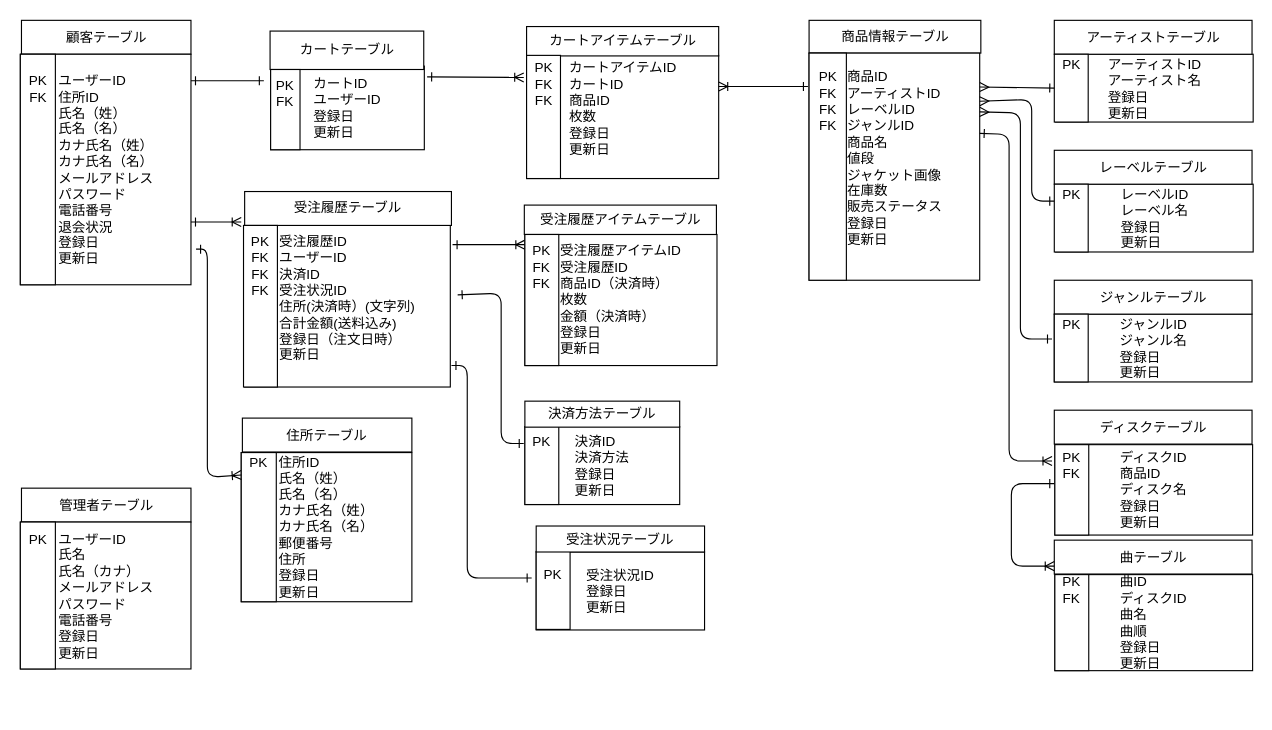
Above: ER図.drawio in ecl11/ECL (draw.io), before the change. Source tidied: cells renumbered, new cells numbered last; positions are measured from the earlier drawing's top-left corner, leaving out a move shared by most shapes. Both pictures are drawn from the tidied source at 113%, with x=0, y=0 at pixel (19, 20).
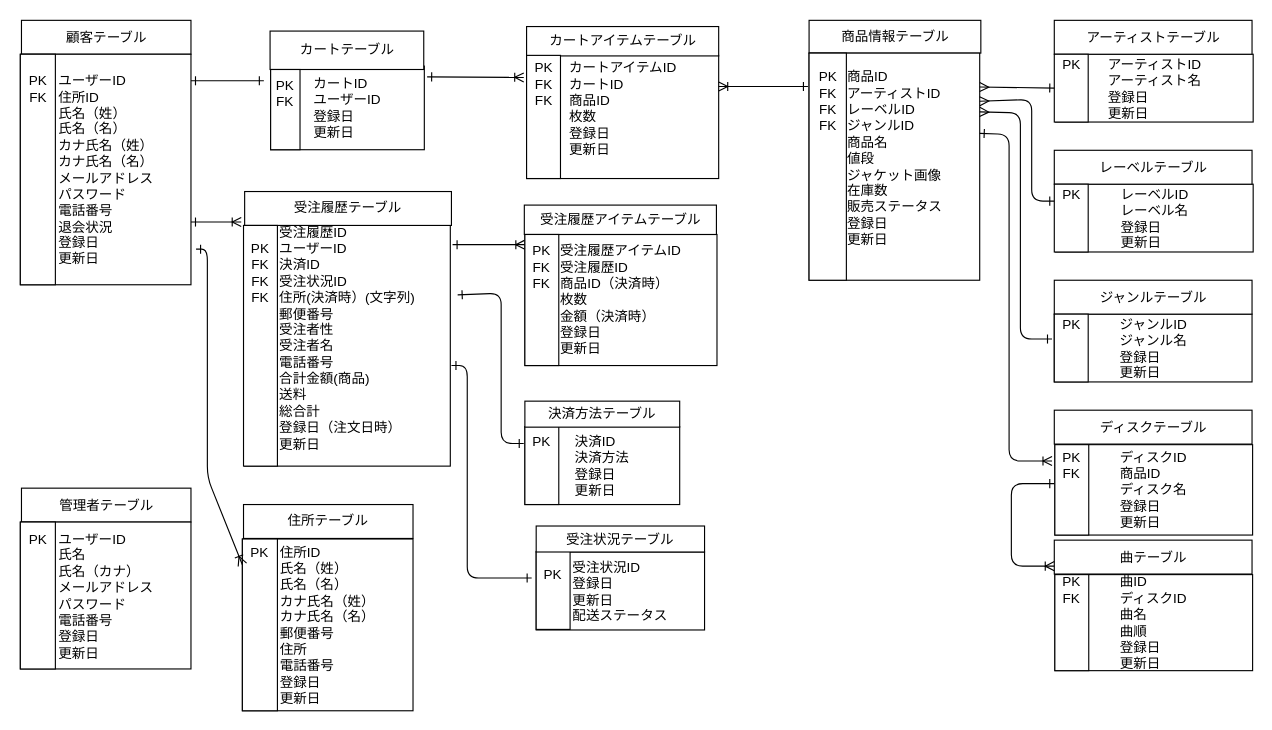
The same diagram, later.

What changed in the source:
```diff
@@
-    <mxCell id="5" value="&lt;div style=&quot;text-align: left&quot;&gt;受注履歴ID&lt;span&gt;&lt;br&gt;&lt;/span&gt;&lt;/div&gt;&lt;div style=&quot;text-align: left&quot;&gt;&lt;span&gt;ユーザーID&lt;/span&gt;&lt;/div&gt;&lt;div style=&quot;text-align: left&quot;&gt;決済ID&lt;/div&gt;&lt;span&gt;&lt;div style=&quot;text-align: left&quot;&gt;受注状況ID&lt;span&gt;&lt;br&gt;&lt;/span&gt;&lt;/div&gt;&lt;div style=&quot;text-align: left&quot;&gt;住所(&lt;span&gt;決済時）(文字列)&lt;/span&gt;&lt;/div&gt;&lt;/span&gt;&lt;span&gt;&lt;div style=&quot;text-align: left&quot;&gt;&lt;span&gt;合計金額(送料込み)&lt;/span&gt;&lt;/div&gt;&lt;div style=&quot;text-align: left&quot;&gt;&lt;span&gt;登録日（注文日時&lt;/span&gt;&lt;span&gt;）&lt;/span&gt;&lt;/div&gt;&lt;div style=&quot;text-align: left&quot;&gt;&lt;span&gt;更新日&lt;/span&gt;&lt;/div&gt;&lt;div style=&quot;text-align: left&quot;&gt;&lt;br&gt;&lt;/div&gt;&lt;/span&gt;" style="rounded=0;whiteSpace=wrap;html=1;" parent="1" vertex="1">
-      <mxGeometry x="199" y="181" width="182" height="143" as="geometry" />
+    <mxCell id="5" value="&lt;div style=&quot;text-align: left&quot;&gt;受注履歴ID&lt;span&gt;&lt;br&gt;&lt;/span&gt;&lt;/div&gt;&lt;div style=&quot;text-align: left&quot;&gt;&lt;span&gt;ユーザーID&lt;/span&gt;&lt;/div&gt;&lt;div style=&quot;text-align: left&quot;&gt;決済ID&lt;/div&gt;&lt;span&gt;&lt;div style=&quot;text-align: left&quot;&gt;受注状況ID&lt;span&gt;&lt;br&gt;&lt;/span&gt;&lt;/div&gt;&lt;div style=&quot;text-align: left&quot;&gt;住所(&lt;span&gt;決済時）(文字列)&lt;/span&gt;&lt;/div&gt;&lt;div style=&quot;text-align: left&quot;&gt;&lt;span&gt;郵便番号&lt;/span&gt;&lt;/div&gt;&lt;div style=&quot;text-align: left&quot;&gt;&lt;span&gt;受注者性&lt;/span&gt;&lt;/div&gt;&lt;div style=&quot;text-align: left&quot;&gt;&lt;span&gt;受注者名&lt;/span&gt;&lt;/div&gt;&lt;div style=&quot;text-align: left&quot;&gt;&lt;span&gt;電話番号&lt;/span&gt;&lt;/div&gt;&lt;/span&gt;&lt;span&gt;&lt;div style=&quot;text-align: left&quot;&gt;&lt;span&gt;合計金額(商品)&lt;/span&gt;&lt;/div&gt;&lt;div style=&quot;text-align: left&quot;&gt;&lt;span&gt;送料&lt;/span&gt;&lt;/div&gt;&lt;div style=&quot;text-align: left&quot;&gt;&lt;span&gt;総合計&lt;/span&gt;&lt;/div&gt;&lt;div style=&quot;text-align: left&quot;&gt;&lt;span&gt;登録日（注文日時&lt;/span&gt;&lt;span&gt;）&lt;/span&gt;&lt;/div&gt;&lt;div style=&quot;text-align: left&quot;&gt;&lt;span&gt;更新日&lt;/span&gt;&lt;/div&gt;&lt;div style=&quot;text-align: left&quot;&gt;&lt;br&gt;&lt;/div&gt;&lt;/span&gt;" style="rounded=0;whiteSpace=wrap;html=1;" parent="1" vertex="1">
+      <mxGeometry x="199" y="181" width="182" height="213" as="geometry" />
     </mxCell>
@@
-    <mxCell id="23" value="PK&lt;br&gt;FK&lt;br&gt;FK&lt;br&gt;FK&lt;br&gt;&lt;br&gt;&lt;br&gt;&lt;br&gt;&lt;br&gt;&lt;br&gt;" style="rounded=0;whiteSpace=wrap;html=1;" parent="1" vertex="1">
-      <mxGeometry x="198" y="181" width="30" height="143" as="geometry" />
+    <mxCell id="23" value="PK&lt;br&gt;FK&lt;br&gt;FK&lt;br&gt;FK&lt;br&gt;&lt;br&gt;&lt;br&gt;&lt;br&gt;&lt;br&gt;&lt;br&gt;&lt;br&gt;&lt;br&gt;&lt;br&gt;&lt;br&gt;" style="rounded=0;whiteSpace=wrap;html=1;" parent="1" vertex="1">
+      <mxGeometry x="198" y="181" width="30" height="213" as="geometry" />
     </mxCell>
@@
     <mxCell id="48" value="&lt;span&gt;住所テーブル&lt;/span&gt;" style="rounded=0;whiteSpace=wrap;html=1;" parent="1" vertex="1">
-      <mxGeometry x="197" y="351.5" width="150" height="30" as="geometry" />
+      <mxGeometry x="198" y="428" width="150" height="30" as="geometry" />
     </mxCell>
-    <mxCell id="49" value="&lt;div style=&quot;text-align: left&quot;&gt;&lt;span&gt;住所ID&lt;/span&gt;&lt;/div&gt;&lt;div style=&quot;text-align: left&quot;&gt;&lt;span&gt;氏名（姓）&lt;/span&gt;&lt;/div&gt;&lt;div style=&quot;text-align: left&quot;&gt;&lt;span&gt;氏名（名）&lt;/span&gt;&lt;/div&gt;&lt;div style=&quot;text-align: left&quot;&gt;&lt;span&gt;カナ氏名（姓）&lt;/span&gt;&lt;/div&gt;&lt;div style=&quot;text-align: left&quot;&gt;&lt;span&gt;カナ氏名（名）&lt;/span&gt;&lt;/div&gt;&lt;div style=&quot;text-align: left&quot;&gt;郵便番号&lt;/div&gt;&lt;div style=&quot;text-align: left&quot;&gt;住所&lt;/div&gt;&lt;div style=&quot;text-align: left&quot;&gt;登録日&lt;/div&gt;&lt;div style=&quot;text-align: left&quot;&gt;更新日&lt;/div&gt;" style="rounded=0;whiteSpace=wrap;html=1;" parent="1" vertex="1">
-      <mxGeometry x="196" y="382" width="151" height="132" as="geometry" />
+    <mxCell id="49" value="&lt;div style=&quot;text-align: left&quot;&gt;&lt;span&gt;住所ID&lt;/span&gt;&lt;/div&gt;&lt;div style=&quot;text-align: left&quot;&gt;&lt;span&gt;氏名（姓）&lt;/span&gt;&lt;/div&gt;&lt;div style=&quot;text-align: left&quot;&gt;&lt;span&gt;氏名（名）&lt;/span&gt;&lt;/div&gt;&lt;div style=&quot;text-align: left&quot;&gt;&lt;span&gt;カナ氏名（姓）&lt;/span&gt;&lt;/div&gt;&lt;div style=&quot;text-align: left&quot;&gt;&lt;span&gt;カナ氏名（名）&lt;/span&gt;&lt;/div&gt;&lt;div style=&quot;text-align: left&quot;&gt;郵便番号&lt;/div&gt;&lt;div style=&quot;text-align: left&quot;&gt;住所&lt;/div&gt;&lt;div style=&quot;text-align: left&quot;&gt;電話番号&lt;/div&gt;&lt;div style=&quot;text-align: left&quot;&gt;登録日&lt;/div&gt;&lt;div style=&quot;text-align: left&quot;&gt;更新日&lt;/div&gt;" style="rounded=0;whiteSpace=wrap;html=1;" parent="1" vertex="1">
+      <mxGeometry x="197" y="458.5" width="151" height="152" as="geometry" />
     </mxCell>
-    <mxCell id="50" value="PK&lt;br&gt;&lt;br&gt;&lt;br&gt;&lt;br&gt;&lt;br&gt;&lt;br&gt;&lt;br&gt;&lt;br&gt;&lt;br&gt;" style="rounded=0;whiteSpace=wrap;html=1;" parent="1" vertex="1">
-      <mxGeometry x="196" y="382" width="31" height="132" as="geometry" />
+    <mxCell id="50" value="PK&lt;br&gt;&lt;br&gt;&lt;br&gt;&lt;br&gt;&lt;br&gt;&lt;br&gt;&lt;br&gt;&lt;br&gt;&lt;br&gt;&lt;br&gt;" style="rounded=0;whiteSpace=wrap;html=1;" parent="1" vertex="1">
+      <mxGeometry x="197" y="458.5" width="31" height="152" as="geometry" />
     </mxCell>
@@
-    <mxCell id="57" value="&lt;div style=&quot;text-align: left&quot;&gt;&lt;span&gt;受注状況ID&lt;/span&gt;&lt;/div&gt;&lt;span&gt;&lt;div style=&quot;text-align: left&quot;&gt;登録日&lt;/div&gt;&lt;div style=&quot;text-align: left&quot;&gt;更新日&lt;/div&gt;&lt;/span&gt;" style="rounded=0;whiteSpace=wrap;html=1;" parent="1" vertex="1">
+    <mxCell id="57" value="&lt;div style=&quot;text-align: left&quot;&gt;&lt;span&gt;受注状況ID&lt;/span&gt;&lt;/div&gt;&lt;span&gt;&lt;div style=&quot;text-align: left&quot;&gt;登録日&lt;/div&gt;&lt;div style=&quot;text-align: left&quot;&gt;更新日&lt;/div&gt;&lt;div style=&quot;text-align: left&quot;&gt;配送ステータス&lt;/div&gt;&lt;/span&gt;" style="rounded=0;whiteSpace=wrap;html=1;" parent="1" vertex="1">
       <mxGeometry x="457" y="470" width="149" height="69" as="geometry" />
     </mxCell>
```
